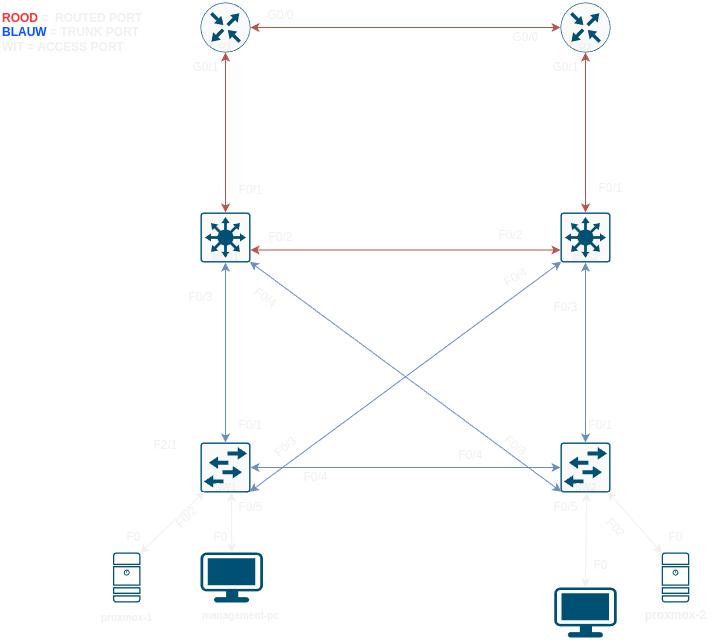
Earlier version of the draw.io export simlab1/documentatie/sprint1-topologie.drawio.png (joey-zwaan/howest-netwerkbeheer). Source tidied: cells renumbered, new cells last; positions are measured from the earlier drawing's top-left corner, leaving out a move shared by most shapes.
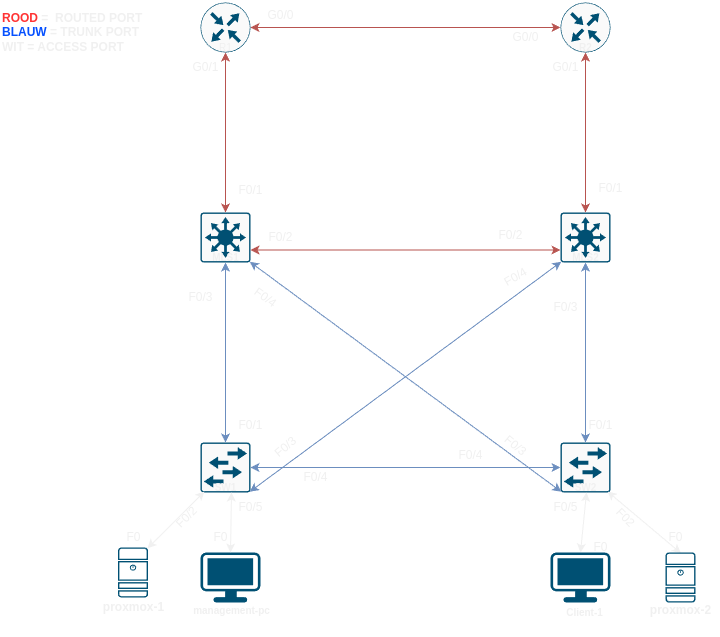
The same file after the commit.

The edit, as a diff of the source:
```diff
@@ -53,11 +53,8 @@
     <mxCell id="17" style="edgeStyle=none;rounded=0;jettySize=auto;html=1;exitX=0.5;exitY=1;exitDx=0;exitDy=0;exitPerimeter=0;entryX=0.5;entryY=0;entryDx=0;entryDy=0;entryPerimeter=0;startArrow=classic;startFill=1;fillColor=#f8cecc;strokeColor=#b85450;" parent="1" edge="1" source="5" target="7">
       <mxGeometry relative="1" as="geometry" />
     </mxCell>
-    <mxCell id="18" style="sketch=0;points=[[0.015,0.015,0],[0.985,0.015,0],[0.985,0.985,0],[0.015,0.985,0],[0.25,0,0],[0.5,0,0],[0.75,0,0],[1,0.25,0],[1,0.5,0],[1,0.75,0],[0.75,1,0],[0.5,1,0],[0.25,1,0],[0,0.75,0],[0,0.5,0],[0,0.25,0]];verticalLabelPosition=bottom;html=1;verticalAlign=top;align=center;shape=mxgraph.cisco19.server;fillColor=#005073;strokeColor=none;" parent="1" vertex="1">
-      <mxGeometry x="661.2" y="552" width="27.5" height="50" as="geometry" />
-    </mxCell>
     <mxCell id="19" style="sketch=0;points=[[0.015,0.015,0],[0.985,0.015,0],[0.985,0.985,0],[0.015,0.985,0],[0.25,0,0],[0.5,0,0],[0.75,0,0],[1,0.25,0],[1,0.5,0],[1,0.75,0],[0.75,1,0],[0.5,1,0],[0.25,1,0],[0,0.75,0],[0,0.5,0],[0,0.25,0]];verticalLabelPosition=bottom;html=1;verticalAlign=top;align=center;shape=mxgraph.cisco19.server;fillColor=#005073;strokeColor=none;" parent="1" vertex="1">
-      <mxGeometry x="112.5" y="552" width="27.5" height="50" as="geometry" />
+      <mxGeometry x="117.5" y="547" width="30" height="50" as="geometry" />
     </mxCell>
     <mxCell id="20" style="edgeStyle=none;rounded=0;jettySize=auto;html=1;exitX=0.08;exitY=0.633;exitDx=0;exitDy=0;exitPerimeter=0;entryX=0.985;entryY=0.015;entryDx=0;entryDy=0;entryPerimeter=0;startArrow=classic;startFill=1;" parent="1" edge="1" source="25" target="19">
       <mxGeometry relative="1" as="geometry" />
@@ -77,17 +74,17 @@
     <mxCell id="25" value="&lt;font style=&quot;font-size: 10px;&quot;&gt;&lt;b&gt;SW1&lt;/b&gt;&lt;/font&gt;" style="text;html=1;align=center;verticalAlign=middle;points=[];strokeColor=none;fillColor=none;" parent="1" vertex="1">
       <mxGeometry x="200" y="472" width="50" height="30" as="geometry" />
     </mxCell>
-    <mxCell id="26" value="&lt;font style=&quot;font-size: 10px;&quot;&gt;&lt;b&gt;proxmox-1&lt;/b&gt;&lt;/font&gt;" style="text;html=1;align=center;verticalAlign=middle;strokeColor=none;fillColor=none;" parent="1" vertex="1">
-      <mxGeometry x="91.2" y="602" width="70" height="30" as="geometry" />
+    <mxCell id="26" value="&lt;font size=&quot;1&quot; style=&quot;&quot;&gt;&lt;b style=&quot;font-size: 12px;&quot;&gt;proxmox-1&lt;/b&gt;&lt;/font&gt;" style="text;html=1;align=center;verticalAlign=middle;strokeColor=none;fillColor=none;" parent="1" vertex="1">
+      <mxGeometry x="92.5" y="592" width="80" height="30" as="geometry" />
     </mxCell>
     <mxCell id="27" value="&lt;font style=&quot;font-size: 10px;&quot;&gt;&lt;b&gt;management-pc&lt;/b&gt;&lt;/font&gt;&lt;div&gt;&lt;font style=&quot;font-size: 10px;&quot;&gt;&lt;b&gt;&lt;br&gt;&lt;/b&gt;&lt;/font&gt;&lt;/div&gt;" style="text;html=1;align=center;verticalAlign=middle;strokeColor=none;fillColor=none;" parent="1" vertex="1">
-      <mxGeometry x="190" y="602" width="100" height="40" as="geometry" />
+      <mxGeometry x="181.2" y="597" width="100" height="40" as="geometry" />
     </mxCell>
     <mxCell id="28" value="&lt;font style=&quot;font-size: 10px;&quot;&gt;&lt;b&gt;MLS1&lt;/b&gt;&lt;/font&gt;" style="text;html=1;align=center;verticalAlign=middle;strokeColor=none;fillColor=none;" parent="1" vertex="1">
       <mxGeometry x="200" y="242" width="50" height="30" as="geometry" />
     </mxCell>
     <mxCell id="29" value="&lt;b&gt;&lt;font style=&quot;font-size: 10px;&quot;&gt;Client-1&lt;/font&gt;&lt;/b&gt;" style="text;html=1;align=center;verticalAlign=middle;strokeColor=none;fillColor=none;" parent="1" vertex="1">
-      <mxGeometry x="556.2" y="597" width="60" height="30" as="geometry" />
+      <mxGeometry x="553.8" y="597" width="60" height="30" as="geometry" />
     </mxCell>
     <mxCell id="30" value="F0/3" style="text;html=1;align=center;verticalAlign=middle;strokeColor=none;fillColor=none;" parent="1" vertex="1">
       <mxGeometry x="175" y="282" width="50" height="30" as="geometry" />
@@ -95,9 +92,6 @@
     <mxCell id="31" value="F0" style="text;html=1;align=center;verticalAlign=middle;strokeColor=none;fillColor=none;" parent="1" vertex="1">
       <mxGeometry x="112.5" y="522" width="40" height="30" as="geometry" />
     </mxCell>
-    <mxCell id="32" value="F2/1" style="text;html=1;align=center;verticalAlign=middle;strokeColor=none;fillColor=none;" parent="1" vertex="1">
-      <mxGeometry x="140" y="430" width="50" height="30" as="geometry" />
-    </mxCell>
     <mxCell id="33" value="&lt;b&gt;&lt;font color=&quot;#ff3333&quot;&gt;ROOD&lt;/font&gt; =&amp;nbsp; ROUTED PORT&lt;/b&gt;&lt;div&gt;&lt;b&gt;&lt;font style=&quot;background-color: initial;&quot; color=&quot;#0550ff&quot;&gt;BLAUW&lt;/font&gt;&lt;span style=&quot;background-color: initial;&quot;&gt; = TRUNK PORT&lt;/span&gt;&lt;/b&gt;&lt;div&gt;&lt;b&gt;WIT = ACCESS PORT&lt;/b&gt;&lt;/div&gt;&lt;/div&gt;" style="text;html=1;align=left;verticalAlign=middle;strokeColor=none;fillColor=none;" parent="1" vertex="1">
       <mxGeometry y="2" width="160" height="60" as="geometry" />
     </mxCell>
@@ -138,10 +132,10 @@
       <mxGeometry x="255" y="222" width="50" height="30" as="geometry" />
     </mxCell>
     <mxCell id="46" value="&lt;b&gt;proxmox-2&lt;/b&gt;&lt;div&gt;&lt;br&gt;&lt;/div&gt;" style="text;html=1;align=center;verticalAlign=middle;strokeColor=none;fillColor=none;" parent="1" vertex="1">
-      <mxGeometry x="635" y="602" width="80" height="40" as="geometry" />
+      <mxGeometry x="640" y="597" width="80" height="40" as="geometry" />
     </mxCell>
     <mxCell id="47" style="points=[[0.03,0.03,0],[0.5,0,0],[0.97,0.03,0],[1,0.4,0],[0.97,0.745,0],[0.5,1,0],[0.03,0.745,0],[0,0.4,0]];verticalLabelPosition=bottom;sketch=0;html=1;verticalAlign=top;align=center;shape=mxgraph.cisco19.workstation;fillColor=#005073;strokeColor=none;" parent="1" vertex="1">
-      <mxGeometry x="200" y="552" width="62.5" height="50" as="geometry" />
+      <mxGeometry x="200" y="552" width="60" height="50" as="geometry" />
     </mxCell>
     <mxCell id="48" style="edgeStyle=none;rounded=0;jettySize=auto;html=1;exitX=0.5;exitY=0;exitDx=0;exitDy=0;exitPerimeter=0;startArrow=classic;startFill=1;" parent="1" edge="1" source="49">
       <mxGeometry relative="1" as="geometry">
@@ -149,10 +143,12 @@
       </mxGeometry>
     </mxCell>
     <mxCell id="49" style="points=[[0.03,0.03,0],[0.5,0,0],[0.97,0.03,0],[1,0.4,0],[0.97,0.745,0],[0.5,1,0],[0.03,0.745,0],[0,0.4,0]];verticalLabelPosition=bottom;sketch=0;html=1;verticalAlign=top;align=center;shape=mxgraph.cisco19.workstation;fillColor=#005073;strokeColor=none;" parent="1" vertex="1">
-      <mxGeometry x="553.8" y="587" width="62.5" height="50" as="geometry" />
+      <mxGeometry x="550" y="552" width="60" height="50" as="geometry" />
     </mxCell>
-    <mxCell id="50" style="edgeStyle=none;rounded=0;jettySize=auto;html=1;exitX=0.015;exitY=0.015;exitDx=0;exitDy=0;exitPerimeter=0;entryX=0.94;entryY=0.633;entryDx=0;entryDy=0;entryPerimeter=0;startArrow=classic;startFill=1;" parent="1" edge="1" source="18" target="21">
-      <mxGeometry relative="1" as="geometry" />
+    <mxCell id="50" style="edgeStyle=none;rounded=0;jettySize=auto;html=1;exitX=0.015;exitY=0.015;exitDx=0;exitDy=0;exitPerimeter=0;entryX=0.94;entryY=0.633;entryDx=0;entryDy=0;entryPerimeter=0;startArrow=classic;startFill=1;" parent="1" edge="1" target="21">
+      <mxGeometry relative="1" as="geometry">
+        <mxPoint x="680.4" y="552.8" as="sourcePoint" />
+      </mxGeometry>
     </mxCell>
     <mxCell id="51" value="F0/1" style="text;html=1;align=center;verticalAlign=middle;strokeColor=none;fillColor=none;" parent="1" vertex="1">
       <mxGeometry x="225" y="410" width="50" height="30" as="geometry" />
@@ -176,7 +172,7 @@
       <mxGeometry x="485" y="220" width="50" height="30" as="geometry" />
     </mxCell>
     <mxCell id="58" value="F02" style="text;html=1;align=center;verticalAlign=middle;strokeColor=none;fillColor=none;rotation=46;" parent="1" vertex="1">
-      <mxGeometry x="595" y="512" width="40" height="30" as="geometry" />
+      <mxGeometry x="605" y="502" width="40" height="30" as="geometry" />
     </mxCell>
     <mxCell id="59" style="edgeStyle=none;rounded=0;jettySize=auto;html=1;exitX=0.5;exitY=0;exitDx=0;exitDy=0;exitPerimeter=0;entryX=0.62;entryY=0.667;entryDx=0;entryDy=0;entryPerimeter=0;startArrow=classic;startFill=1;" parent="1" edge="1" source="47" target="25">
       <mxGeometry relative="1" as="geometry" />
@@ -191,7 +187,10 @@
       <mxGeometry x="540" y="492" width="50" height="30" as="geometry" />
     </mxCell>
     <mxCell id="63" value="F0" style="text;html=1;align=center;verticalAlign=middle;strokeColor=none;fillColor=none;" parent="1" vertex="1">
-      <mxGeometry x="580" y="550" width="40" height="30" as="geometry" />
+      <mxGeometry x="580" y="532" width="40" height="30" as="geometry" />
     </mxCell>
+    <mxCell id="64" style="sketch=0;verticalLabelPosition=bottom;html=1;verticalAlign=top;align=center;shape=mxgraph.cisco19.server;fillColor=#005073;strokeColor=none;" parent="1" vertex="1">
+      <mxGeometry x="665" y="552" width="30" height="50" as="geometry" />
+    </mxCell>
   </root>
 </mxGraphModel>
```
